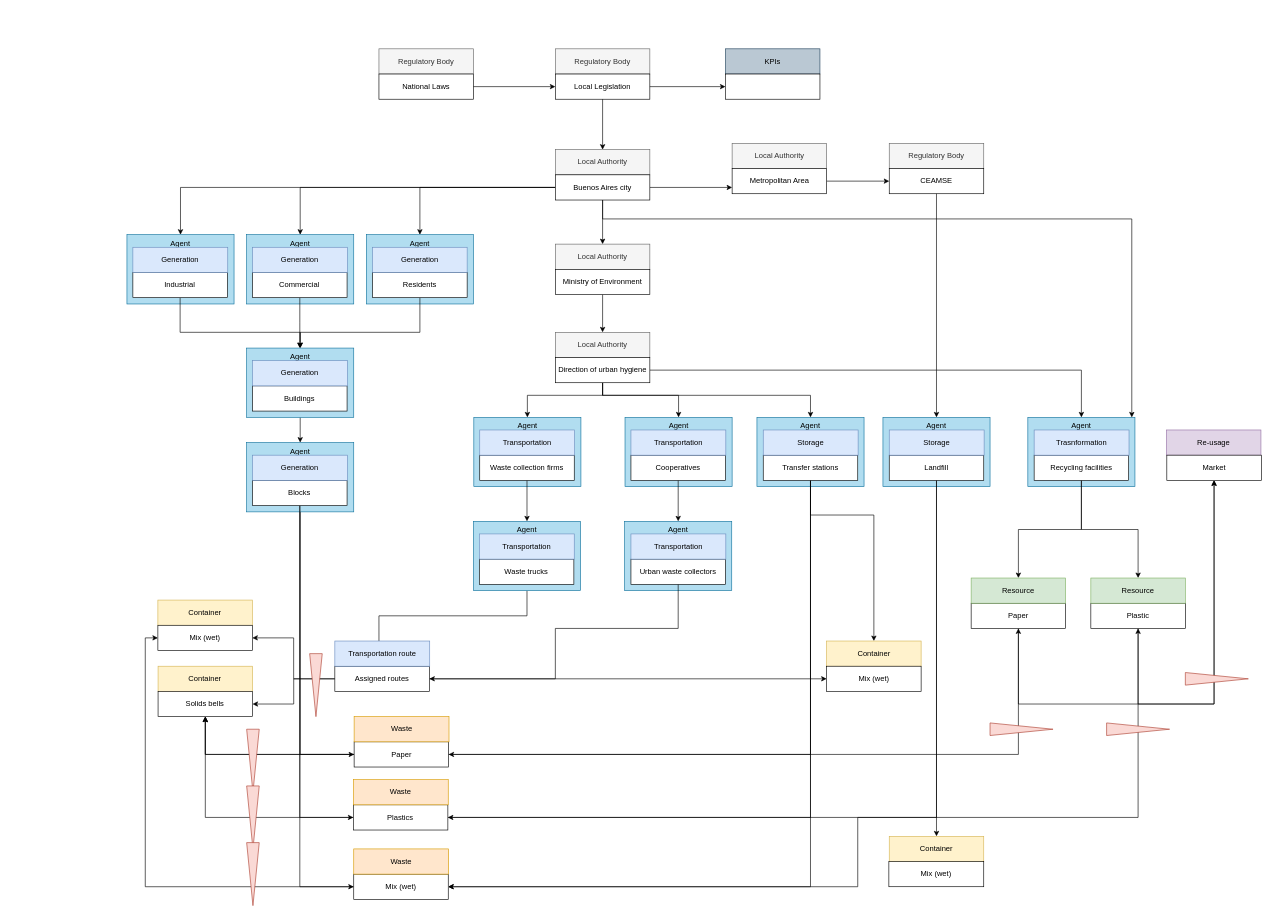
The draw.io diagram CaseStudies/00_BuenosAires/Bubbles_BA.drawio in Urban-JonathanCohen/GeneralWasteDataModel, before the edit. Source tidied: cells renumbered, new cells numbered last; positions are measured from the earlier drawing's top-left corner, leaving out a move shared by most shapes. Both pictures are drawn from the tidied source at 63%, with x=0, y=0 at pixel (127, 49).
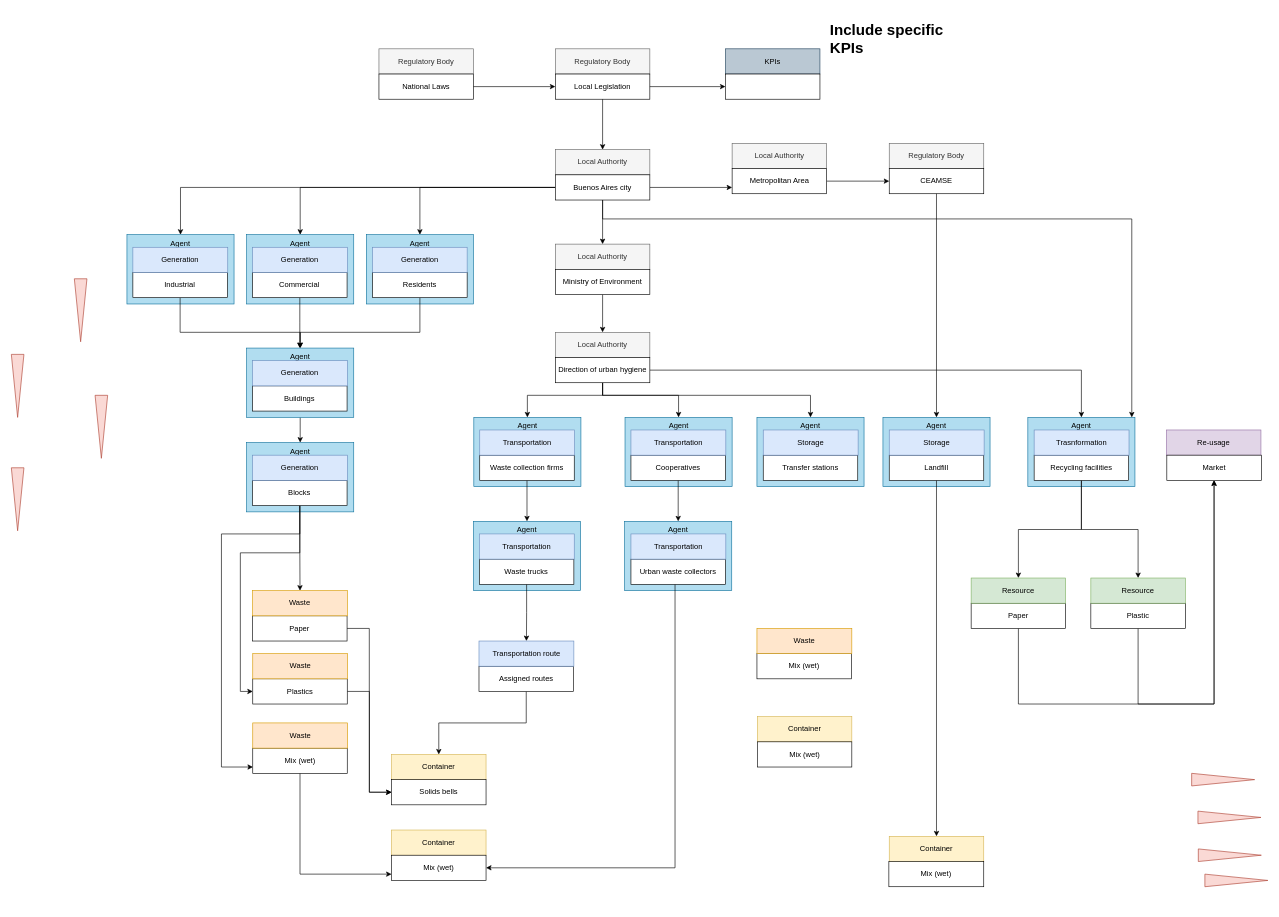
The same diagram, later.

Unchanged cells that the change refers to:
```xml
<mxCell id="53" value="Agent" style="rounded=0;whiteSpace=wrap;html=1;fillColor=#b1ddf0;strokeColor=#10739e;verticalAlign=top;" parent="1" vertex="1">
  <mxGeometry x="190" y="625" width="170" height="110" as="geometry" />
</mxCell>
<mxCell id="56" value="Blocks" style="rounded=0;whiteSpace=wrap;html=1;" parent="1" vertex="1">
  <mxGeometry x="199.4" y="685" width="150" height="40" as="geometry" />
</mxCell>
<mxCell id="80" value="Urban waste collectors" style="rounded=0;whiteSpace=wrap;html=1;" parent="1" vertex="1">
  <mxGeometry x="800" y="810" width="150" height="40" as="geometry" />
</mxCell>
<mxCell id="86" value="Agent" style="rounded=0;whiteSpace=wrap;html=1;fillColor=#b1ddf0;strokeColor=#10739e;verticalAlign=top;" parent="1" vertex="1">
  <mxGeometry x="550" y="750" width="170" height="110" as="geometry" />
</mxCell>
<mxCell id="87" value="Waste trucks" style="rounded=0;whiteSpace=wrap;html=1;" parent="1" vertex="1">
  <mxGeometry x="559.4" y="810" width="150" height="40" as="geometry" />
</mxCell>
<mxCell id="94" value="Transfer stations" style="rounded=0;whiteSpace=wrap;html=1;" parent="1" vertex="1">
  <mxGeometry x="1010" y="645" width="150" height="40" as="geometry" />
</mxCell>
<mxCell id="104" value="Landfill" style="rounded=0;whiteSpace=wrap;html=1;" parent="1" vertex="1">
  <mxGeometry x="1210" y="645" width="150" height="40" as="geometry" />
</mxCell>
<mxCell id="108" value="Paper" style="rounded=0;whiteSpace=wrap;html=1;" parent="1" vertex="1">
  <mxGeometry x="1340" y="880" width="150" height="40" as="geometry" />
</mxCell>
<mxCell id="111" value="Plastic" style="rounded=0;whiteSpace=wrap;html=1;" parent="1" vertex="1">
  <mxGeometry x="1530" y="880" width="150" height="40" as="geometry" />
</mxCell>
<mxCell id="130" style="triangle;whiteSpace=wrap;html=1;fillColor=#fad9d5;strokeColor=#ae4132;rotation=90;" parent="1" vertex="1">
  <mxGeometry x="150" y="1140" width="100" as="geometry" />
</mxCell>
```

Change to the diagram source:
```diff
@@
-    <mxCell id="52" style="edgeStyle=orthogonalEdgeStyle;rounded=0;jettySize=auto;html=1;exitX=0.5;exitY=1;exitDx=0;exitDy=0;entryX=0;entryY=0.5;entryDx=0;entryDy=0;" parent="1" edge="1" source="53" target="68">
-      <mxGeometry relative="1" as="geometry" />
-    </mxCell>
@@
+    <mxCell id="133" style="edgeStyle=orthogonalEdgeStyle;rounded=0;jettySize=auto;html=1;entryX=0.5;entryY=0;entryDx=0;entryDy=0;" parent="1" edge="1" source="56" target="69">
+      <mxGeometry relative="1" as="geometry" />
+    </mxCell>
     <mxCell id="54" style="edgeStyle=orthogonalEdgeStyle;rounded=0;jettySize=auto;html=1;entryX=0;entryY=0.5;entryDx=0;entryDy=0;" parent="1" edge="1" source="56" target="72">
       <mxGeometry relative="1" as="geometry">
         <Array as="points">
-          <mxPoint x="274" y="1220" />
+          <mxPoint x="275" y="800" />
+          <mxPoint x="180" y="800" />
+          <mxPoint x="180" y="1020" />
         </Array>
       </mxGeometry>
     </mxCell>
-    <mxCell id="55" style="edgeStyle=orthogonalEdgeStyle;rounded=0;jettySize=auto;html=1;entryX=0;entryY=0.5;entryDx=0;entryDy=0;" parent="1" edge="1" source="56" target="75">
-      <mxGeometry relative="1" as="geometry">
-        <Array as="points">
-          <mxPoint x="274" y="1330" />
-        </Array>
-      </mxGeometry>
-    </mxCell>
+    <mxCell id="134" style="edgeStyle=orthogonalEdgeStyle;rounded=0;jettySize=auto;html=1;entryX=0;entryY=0.25;entryDx=0;entryDy=0;" parent="1" edge="1" source="56" target="130">
+      <mxGeometry relative="1" as="geometry">
+        <Array as="points">
+          <mxPoint x="275" y="770" />
+          <mxPoint x="150" y="770" />
+          <mxPoint x="150" y="1140" />
+        </Array>
+      </mxGeometry>
+    </mxCell>
@@
-    <mxCell id="66" style="edgeStyle=orthogonalEdgeStyle;rounded=0;jettySize=auto;html=1;entryX=0.5;entryY=1;entryDx=0;entryDy=0;" parent="1" edge="1" source="68" target="84">
-      <mxGeometry relative="1" as="geometry" />
-    </mxCell>
-    <mxCell id="67" style="edgeStyle=orthogonalEdgeStyle;rounded=0;jettySize=auto;html=1;entryX=0.5;entryY=1;entryDx=0;entryDy=0;" parent="1" edge="1" source="68" target="84">
-      <mxGeometry relative="1" as="geometry" />
-    </mxCell>
+    <mxCell id="135" style="edgeStyle=orthogonalEdgeStyle;rounded=0;jettySize=auto;html=1;entryX=0;entryY=0.5;entryDx=0;entryDy=0;" parent="1" edge="1" source="68" target="84">
+      <mxGeometry relative="1" as="geometry" />
+    </mxCell>
     <mxCell id="68" value="Paper" style="rounded=0;whiteSpace=wrap;html=1;" parent="1" vertex="1">
-      <mxGeometry x="360.6" y="1100" width="150" height="40" as="geometry" />
+      <mxGeometry x="199.4" y="900" width="150" height="40" as="geometry" />
     </mxCell>
     <mxCell id="69" value="Waste" style="rounded=0;whiteSpace=wrap;html=1;fillColor=#ffe6cc;strokeColor=#d79b00;" parent="1" vertex="1">
-      <mxGeometry x="360.6" y="1060" width="150.6" height="40" as="geometry" />
+      <mxGeometry x="199.4" y="860" width="150.6" height="40" as="geometry" />
     </mxCell>
-    <mxCell id="70" style="edgeStyle=orthogonalEdgeStyle;rounded=0;jettySize=auto;html=1;entryX=0.5;entryY=1;entryDx=0;entryDy=0;" parent="1" edge="1" source="72" target="84">
+    <mxCell id="70" style="edgeStyle=orthogonalEdgeStyle;rounded=0;jettySize=auto;html=1;exitX=1;exitY=0.5;exitDx=0;exitDy=0;entryX=0;entryY=0.5;entryDx=0;entryDy=0;" parent="1" edge="1" source="72" target="84">
       <mxGeometry relative="1" as="geometry" />
     </mxCell>
-    <mxCell id="71" style="edgeStyle=orthogonalEdgeStyle;rounded=0;jettySize=auto;html=1;entryX=0.5;entryY=1;entryDx=0;entryDy=0;" parent="1" edge="1" source="72" target="111">
-      <mxGeometry relative="1" as="geometry" />
-    </mxCell>
     <mxCell id="72" value="Plastics" style="rounded=0;whiteSpace=wrap;html=1;" parent="1" vertex="1">
-      <mxGeometry x="359.4" y="1200" width="150" height="40" as="geometry" />
+      <mxGeometry x="199.7" y="1000" width="150" height="40" as="geometry" />
     </mxCell>
     <mxCell id="73" value="Waste" style="rounded=0;whiteSpace=wrap;html=1;fillColor=#ffe6cc;strokeColor=#d79b00;" parent="1" vertex="1">
-      <mxGeometry x="359.4" y="1160" width="150.6" height="40" as="geometry" />
+      <mxGeometry x="199.7" y="960" width="150.6" height="40" as="geometry" />
     </mxCell>
-    <mxCell id="74" style="edgeStyle=orthogonalEdgeStyle;rounded=0;jettySize=auto;html=1;entryX=0;entryY=0.5;entryDx=0;entryDy=0;" parent="1" edge="1" source="75" target="82">
-      <mxGeometry relative="1" as="geometry" />
+    <mxCell id="74" style="edgeStyle=orthogonalEdgeStyle;rounded=0;jettySize=auto;html=1;entryX=0;entryY=0.75;entryDx=0;entryDy=0;" parent="1" edge="1" source="75" target="82">
+      <mxGeometry relative="1" as="geometry">
+        <Array as="points">
+          <mxPoint x="275" y="1310" />
+        </Array>
+      </mxGeometry>
     </mxCell>
     <mxCell id="75" value="Mix (wet)" style="rounded=0;whiteSpace=wrap;html=1;" parent="1" vertex="1">
-      <mxGeometry x="360" y="1310" width="150" height="40" as="geometry" />
+      <mxGeometry x="199.7" y="1110" width="150" height="40" as="geometry" />
     </mxCell>
     <mxCell id="76" value="Waste" style="rounded=0;whiteSpace=wrap;html=1;fillColor=#ffe6cc;strokeColor=#d79b00;" parent="1" vertex="1">
-      <mxGeometry x="360" y="1270" width="150.6" height="40" as="geometry" />
+      <mxGeometry x="199.7" y="1070" width="150.6" height="40" as="geometry" />
     </mxCell>
     <mxCell id="77" value="Container" style="rounded=0;whiteSpace=wrap;html=1;fillColor=#fff2cc;strokeColor=#d6b656;" parent="1" vertex="1">
-      <mxGeometry x="49.1" y="875" width="150" height="40" as="geometry" />
+      <mxGeometry x="420" y="1240" width="150" height="40" as="geometry" />
     </mxCell>
@@
-    <mxCell id="79" style="edgeStyle=orthogonalEdgeStyle;rounded=0;jettySize=auto;html=1;entryX=1;entryY=0.5;entryDx=0;entryDy=0;" parent="1" edge="1" source="80" target="122">
-      <mxGeometry relative="1" as="geometry">
-        <Array as="points">
-          <mxPoint x="875" y="920" />
-          <mxPoint x="680" y="920" />
-          <mxPoint x="680" y="1000" />
-        </Array>
-      </mxGeometry>
-    </mxCell>
+    <mxCell id="136" style="edgeStyle=orthogonalEdgeStyle;rounded=0;jettySize=auto;html=1;entryX=1;entryY=0.5;entryDx=0;entryDy=0;" parent="1" edge="1" source="80" target="82">
+      <mxGeometry relative="1" as="geometry">
+        <Array as="points">
+          <mxPoint x="870" y="1300" />
+        </Array>
+      </mxGeometry>
+    </mxCell>
@@
     <mxCell id="82" value="Mix (wet)" style="rounded=0;whiteSpace=wrap;html=1;" parent="1" vertex="1">
-      <mxGeometry x="49.1" y="915" width="150" height="40" as="geometry" />
+      <mxGeometry x="420" y="1280" width="150" height="40" as="geometry" />
     </mxCell>
     <mxCell id="83" value="Container" style="rounded=0;whiteSpace=wrap;html=1;fillColor=#fff2cc;strokeColor=#d6b656;" parent="1" vertex="1">
-      <mxGeometry x="49.4" y="980" width="150" height="40" as="geometry" />
+      <mxGeometry x="420" y="1120" width="150" height="40" as="geometry" />
     </mxCell>
     <mxCell id="84" value="Solids bells" style="rounded=0;whiteSpace=wrap;html=1;" parent="1" vertex="1">
-      <mxGeometry x="49.4" y="1020" width="150" height="40" as="geometry" />
+      <mxGeometry x="420" y="1160" width="150" height="40" as="geometry" />
     </mxCell>
-    <mxCell id="85" style="edgeStyle=orthogonalEdgeStyle;rounded=0;jettySize=auto;html=1;exitX=0.5;exitY=1;exitDx=0;exitDy=0;entryX=0.465;entryY=0.5;entryDx=0;entryDy=0;entryPerimeter=0;" parent="1" edge="1" source="86" target="123">
-      <mxGeometry relative="1" as="geometry" />
-    </mxCell>
@@
+    <mxCell id="137" style="edgeStyle=orthogonalEdgeStyle;rounded=0;jettySize=auto;html=1;entryX=0.5;entryY=0;entryDx=0;entryDy=0;" parent="1" edge="1" source="87" target="123">
+      <mxGeometry relative="1" as="geometry" />
+    </mxCell>
@@
-    <mxCell id="90" style="edgeStyle=orthogonalEdgeStyle;rounded=0;jettySize=auto;html=1;entryX=0.5;entryY=0;entryDx=0;entryDy=0;" parent="1" edge="1" source="94" target="115">
-      <mxGeometry relative="1" as="geometry">
-        <Array as="points">
-          <mxPoint x="1085" y="740" />
-          <mxPoint x="1186" y="740" />
-        </Array>
-      </mxGeometry>
-    </mxCell>
-    <mxCell id="91" style="edgeStyle=orthogonalEdgeStyle;rounded=0;jettySize=auto;html=1;entryX=1;entryY=0.5;entryDx=0;entryDy=0;" parent="1" edge="1" source="94" target="68">
-      <mxGeometry relative="1" as="geometry">
-        <Array as="points">
-          <mxPoint x="1085" y="1120" />
-        </Array>
-      </mxGeometry>
-    </mxCell>
-    <mxCell id="92" style="edgeStyle=orthogonalEdgeStyle;rounded=0;jettySize=auto;html=1;entryX=1;entryY=0.5;entryDx=0;entryDy=0;" parent="1" edge="1" source="94" target="72">
-      <mxGeometry relative="1" as="geometry">
-        <Array as="points">
-          <mxPoint x="1085" y="1220" />
-        </Array>
-      </mxGeometry>
-    </mxCell>
-    <mxCell id="93" style="edgeStyle=orthogonalEdgeStyle;rounded=0;jettySize=auto;html=1;entryX=1;entryY=0.5;entryDx=0;entryDy=0;" parent="1" edge="1" source="94" target="75">
-      <mxGeometry relative="1" as="geometry">
-        <Array as="points">
-          <mxPoint x="1085" y="1330" />
-        </Array>
-      </mxGeometry>
-    </mxCell>
@@
-    <mxCell id="103" style="edgeStyle=orthogonalEdgeStyle;rounded=0;jettySize=auto;html=1;" parent="1" edge="1" source="104">
-      <mxGeometry relative="1" as="geometry">
-        <mxPoint x="510" y="1330" as="targetPoint" />
-        <Array as="points">
-          <mxPoint x="1285" y="1220" />
-          <mxPoint x="1160" y="1220" />
-          <mxPoint x="1160" y="1330" />
-        </Array>
-      </mxGeometry>
-    </mxCell>
@@
     <mxCell id="115" value="Container" style="rounded=0;whiteSpace=wrap;html=1;fillColor=#fff2cc;strokeColor=#d6b656;" parent="1" vertex="1">
-      <mxGeometry x="1110.6" y="940" width="150" height="40" as="geometry" />
+      <mxGeometry x="1000.6" y="1060" width="150" height="40" as="geometry" />
     </mxCell>
     <mxCell id="116" value="Mix (wet)" style="rounded=0;whiteSpace=wrap;html=1;" parent="1" vertex="1">
-      <mxGeometry x="1110.6" y="980" width="150" height="40" as="geometry" />
+      <mxGeometry x="1000.6" y="1100" width="150" height="40" as="geometry" />
     </mxCell>
@@
-    <mxCell id="119" style="edgeStyle=orthogonalEdgeStyle;rounded=0;jettySize=auto;html=1;entryX=1;entryY=0.5;entryDx=0;entryDy=0;" parent="1" edge="1" source="122" target="82">
-      <mxGeometry relative="1" as="geometry" />
-    </mxCell>
-    <mxCell id="120" style="edgeStyle=orthogonalEdgeStyle;rounded=0;jettySize=auto;html=1;entryX=1;entryY=0.5;entryDx=0;entryDy=0;" parent="1" edge="1" source="122" target="84">
-      <mxGeometry relative="1" as="geometry" />
-    </mxCell>
-    <mxCell id="121" style="edgeStyle=orthogonalEdgeStyle;rounded=0;jettySize=auto;html=1;entryX=0;entryY=0.5;entryDx=0;entryDy=0;" parent="1" edge="1" source="122" target="116">
-      <mxGeometry relative="1" as="geometry" />
-    </mxCell>
+    <mxCell id="138" style="edgeStyle=orthogonalEdgeStyle;rounded=0;jettySize=auto;html=1;entryX=0.5;entryY=0;entryDx=0;entryDy=0;" parent="1" edge="1" source="122" target="83">
+      <mxGeometry relative="1" as="geometry" />
+    </mxCell>
     <mxCell id="122" value="Assigned routes" style="rounded=0;whiteSpace=wrap;html=1;" parent="1" vertex="1">
-      <mxGeometry x="330" y="980" width="150" height="40" as="geometry" />
+      <mxGeometry x="558.8" y="980" width="150" height="40" as="geometry" />
     </mxCell>
     <mxCell id="123" value="Transportation route" style="rounded=0;whiteSpace=wrap;html=1;fillColor=#dae8fc;strokeColor=#6c8ebf;" parent="1" vertex="1">
-      <mxGeometry x="330" y="940" width="150.6" height="40" as="geometry" />
+      <mxGeometry x="558.8" y="940" width="150.6" height="40" as="geometry" />
     </mxCell>
     <mxCell id="124" style="triangle;whiteSpace=wrap;html=1;fillColor=#fad9d5;strokeColor=#ae4132;" parent="1" vertex="1">
-      <mxGeometry x="1680" y="990" width="100" height="20" as="geometry" />
+      <mxGeometry x="1711" y="1310" width="100" height="20" as="geometry" />
     </mxCell>
-    <mxCell id="125" style="edgeStyle=orthogonalEdgeStyle;rounded=0;jettySize=auto;html=1;entryX=0.5;entryY=1;entryDx=0;entryDy=0;" parent="1" edge="1" source="68" target="108">
-      <mxGeometry relative="1" as="geometry" />
-    </mxCell>
     <mxCell id="126" style="triangle;whiteSpace=wrap;html=1;fillColor=#fad9d5;strokeColor=#ae4132;" parent="1" vertex="1">
-      <mxGeometry x="1555" y="1070" width="100" height="20" as="geometry" />
+      <mxGeometry x="1690" y="1150" width="100" height="20" as="geometry" />
     </mxCell>
     <mxCell id="127" style="triangle;whiteSpace=wrap;html=1;fillColor=#fad9d5;strokeColor=#ae4132;rotation=90;" parent="1" vertex="1">
-      <mxGeometry x="250" y="1000" width="100" height="20" as="geometry" />
+      <mxGeometry x="-123.5" y="405" width="100" height="20" as="geometry" />
     </mxCell>
     <mxCell id="128" style="triangle;whiteSpace=wrap;html=1;fillColor=#fad9d5;strokeColor=#ae4132;" parent="1" vertex="1">
-      <mxGeometry x="1370" y="1070" width="100" height="20" as="geometry" />
+      <mxGeometry x="1700.6" y="1270" width="100" height="20" as="geometry" />
     </mxCell>
     <mxCell id="129" style="triangle;whiteSpace=wrap;html=1;fillColor=#fad9d5;strokeColor=#ae4132;rotation=90;" parent="1" vertex="1">
-      <mxGeometry x="150" y="1120" width="100" height="20" as="geometry" />
+      <mxGeometry x="-223.5" y="525" width="100" height="20" as="geometry" />
     </mxCell>
@@
     <mxCell id="131" style="triangle;whiteSpace=wrap;html=1;fillColor=#fad9d5;strokeColor=#ae4132;rotation=90;" parent="1" vertex="1">
-      <mxGeometry x="150" y="1210" width="100" height="20" as="geometry" />
+      <mxGeometry x="-90.6" y="590" width="100" height="20" as="geometry" />
     </mxCell>
     <mxCell id="132" style="triangle;whiteSpace=wrap;html=1;fillColor=#fad9d5;strokeColor=#ae4132;rotation=90;" parent="1" vertex="1">
-      <mxGeometry x="150" y="1300" width="100" height="20" as="geometry" />
+      <mxGeometry x="-223.5" y="705" width="100" height="20" as="geometry" />
     </mxCell>
+    <mxCell id="139" value="&lt;h1&gt;Include specific KPIs&lt;/h1&gt;" style="text;html=1;strokeColor=none;fillColor=none;spacing=5;spacingTop=-20;whiteSpace=wrap;overflow=hidden;rounded=0;" parent="1" vertex="1">
+      <mxGeometry x="1110.6" y="-50" width="190" height="120" as="geometry" />
+    </mxCell>
+    <mxCell id="140" value="Mix (wet)" style="rounded=0;whiteSpace=wrap;html=1;" parent="1" vertex="1">
+      <mxGeometry x="1000" y="960" width="150" height="40" as="geometry" />
+    </mxCell>
+    <mxCell id="141" value="Waste" style="rounded=0;whiteSpace=wrap;html=1;fillColor=#ffe6cc;strokeColor=#d79b00;" parent="1" vertex="1">
+      <mxGeometry x="1000" y="920" width="150.6" height="40" as="geometry" />
+    </mxCell>
+    <mxCell id="142" style="triangle;whiteSpace=wrap;html=1;fillColor=#fad9d5;strokeColor=#ae4132;" parent="1" vertex="1">
+      <mxGeometry x="1700" y="1210" width="100" height="20" as="geometry" />
+    </mxCell>
```
